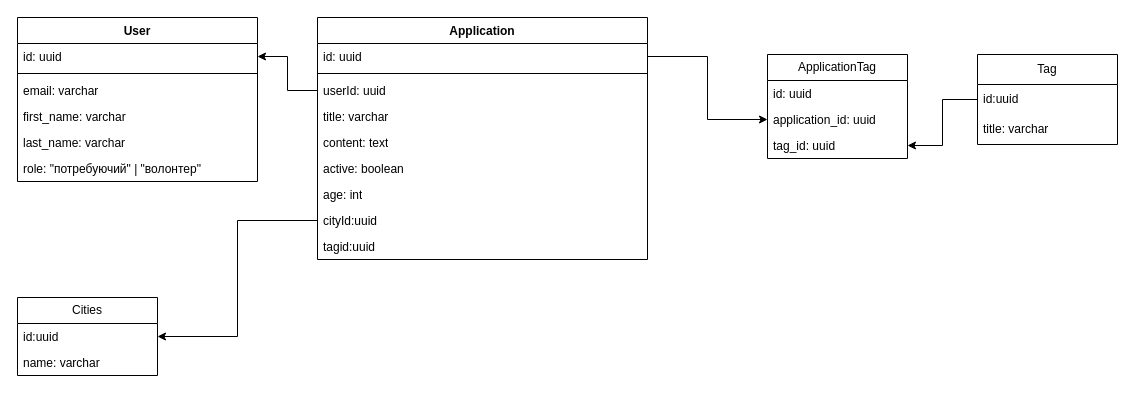
This is Database.drawio from fyurchik/CodeCon, a draw.io file, before an edit. Source tidied: cells renumbered, new cells numbered last; positions are measured from the earlier drawing's top-left corner, leaving out a move shared by most shapes. Both pictures are drawn from the tidied source at 100%, with x=0, y=0 at pixel (17, 17).
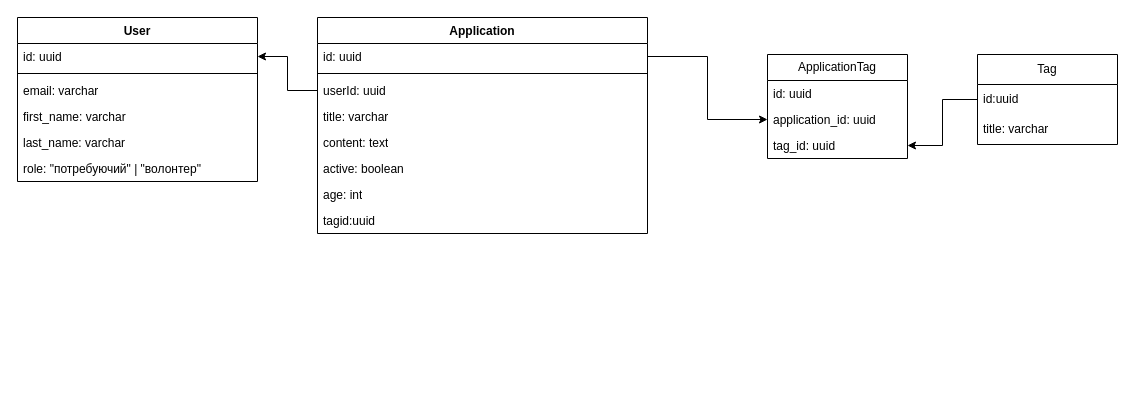
The same page after the edit.

Commit message:
Remove City table from db

Diff of the diagram source:
```diff
@@
     <mxCell id="9" value="Application" style="swimlane;fontStyle=1;align=center;verticalAlign=top;horizontal=1;startSize=26;whiteSpace=wrap;html=1;" parent="1" vertex="1">
-      <mxGeometry x="300" width="330" height="242" as="geometry" />
+      <mxGeometry x="300" width="330" height="216" as="geometry" />
     </mxCell>
@@
-    <mxCell id="17" value="cityId:uuid" style="text;strokeColor=none;fillColor=none;align=left;verticalAlign=top;spacingLeft=4;spacingRight=4;overflow=hidden;points=[[0,0.5],[1,0.5]];portConstraint=eastwest;whiteSpace=wrap;html=1;" parent="9" vertex="1">
-      <mxGeometry y="190" width="330" height="26" as="geometry" />
-    </mxCell>
     <mxCell id="18" value="tagid:uuid" style="text;strokeColor=none;fillColor=none;align=left;verticalAlign=top;spacingLeft=4;spacingRight=4;overflow=hidden;whiteSpace=wrap;html=1;" parent="9" vertex="1">
-      <mxGeometry y="216" width="330" height="26" as="geometry" />
+      <mxGeometry y="190" width="330" height="26" as="geometry" />
     </mxCell>
@@
-    <mxCell id="20" value="Cities" style="swimlane;fontStyle=0;horizontal=1;startSize=26;fillColor=none;whiteSpace=wrap;html=1;" parent="1" vertex="1">
-      <mxGeometry y="280" width="140" height="78" as="geometry" />
-    </mxCell>
-    <mxCell id="21" value="id:uuid" style="text;strokeColor=none;fillColor=none;align=left;verticalAlign=top;spacingLeft=4;spacingRight=4;overflow=hidden;points=[[0,0.5],[1,0.5]];portConstraint=eastwest;whiteSpace=wrap;html=1;" parent="20" vertex="1">
-      <mxGeometry y="26" width="140" height="26" as="geometry" />
-    </mxCell>
-    <mxCell id="22" value="name: varchar" style="text;strokeColor=none;fillColor=none;align=left;verticalAlign=top;spacingLeft=4;spacingRight=4;overflow=hidden;whiteSpace=wrap;html=1;" parent="20" vertex="1">
-      <mxGeometry y="52" width="140" height="26" as="geometry" />
-    </mxCell>
-    <mxCell id="23" style="edgeStyle=orthogonalEdgeStyle;rounded=0;jettySize=auto;html=1;exitX=0;exitY=0.5;exitDx=0;exitDy=0;entryX=1;entryY=0.5;entryDx=0;entryDy=0;" parent="1" edge="1" source="17" target="21">
-      <mxGeometry relative="1" as="geometry" />
-    </mxCell>
```
